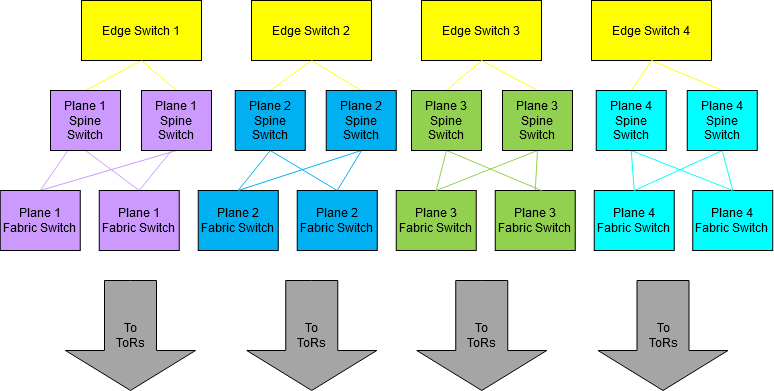
pantelis/cs652-1 keeps this draw.io diagram as google-facebook-dcn/images/Facebook_2d_abstract.png. Above is the earlier version. Source tidied: cells renumbered, new cells last; positions are measured from the earlier drawing's top-left corner, leaving out a move shared by most shapes.
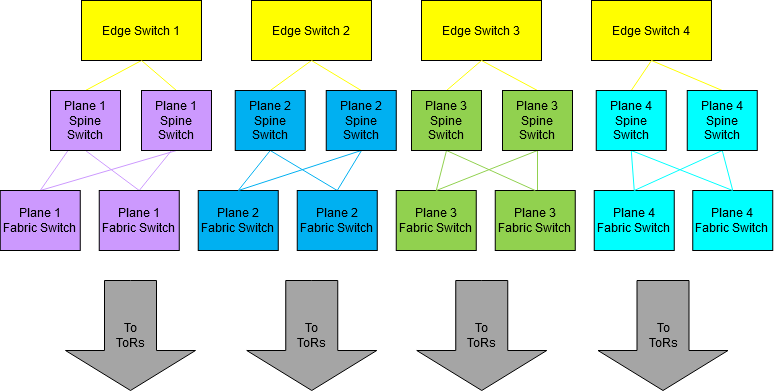
The same diagram one commit later.

Diff of the diagram source:
```diff
@@ -51,8 +51,10 @@
     <mxCell id="16" value="&lt;div&gt;Plane 3&lt;br&gt;&lt;/div&gt;&lt;div&gt;Fabric Switch&lt;br&gt;&lt;/div&gt;" style="rounded=0;whiteSpace=wrap;html=1;fillColor=#91D14F;" parent="1" vertex="1">
       <mxGeometry x="395.8" y="190" width="80" height="60" as="geometry" />
     </mxCell>
-    <mxCell id="17" style="edgeStyle=none;rounded=0;jettySize=auto;html=1;exitX=0.5;exitY=0;exitDx=0;exitDy=0;entryX=0.5;entryY=1;entryDx=0;entryDy=0;endArrow=none;endFill=0;strokeColor=#91D14F;" parent="1" edge="1" source="18" target="40">
-      <mxGeometry relative="1" as="geometry" />
+    <mxCell id="17" style="edgeStyle=none;rounded=0;jettySize=auto;html=1;entryX=0.5;entryY=1;entryDx=0;entryDy=0;endArrow=none;endFill=0;strokeColor=#91D14F;" parent="1" edge="1" target="40">
+      <mxGeometry relative="1" as="geometry">
+        <mxPoint x="537" y="190" as="sourcePoint" />
+      </mxGeometry>
     </mxCell>
     <mxCell id="18" value="&lt;div&gt;Plane 3&lt;br&gt;&lt;/div&gt;&lt;div&gt;Fabric Switch&lt;br&gt;&lt;/div&gt;" style="rounded=0;whiteSpace=wrap;html=1;fillColor=#91D14F;" parent="1" vertex="1">
       <mxGeometry x="494.8" y="190" width="80" height="60" as="geometry" />
@@ -112,10 +114,8 @@
     <mxCell id="35" style="edgeStyle=none;rounded=0;jettySize=auto;html=1;exitX=0.5;exitY=1;exitDx=0;exitDy=0;entryX=0.5;entryY=0;entryDx=0;entryDy=0;endArrow=none;endFill=0;strokeColor=#91D14F;" parent="1" edge="1" source="37" target="16">
       <mxGeometry relative="1" as="geometry" />
     </mxCell>
-    <mxCell id="36" style="edgeStyle=none;rounded=0;jettySize=auto;html=1;exitX=0.5;exitY=1;exitDx=0;exitDy=0;endArrow=none;endFill=0;strokeColor=#91D14F;" parent="1" edge="1" source="37">
-      <mxGeometry relative="1" as="geometry">
-        <mxPoint x="541" y="190" as="targetPoint" />
-      </mxGeometry>
+    <mxCell id="36" style="edgeStyle=none;rounded=0;jettySize=auto;html=1;exitX=0.5;exitY=1;exitDx=0;exitDy=0;endArrow=none;endFill=0;strokeColor=#91D14F;entryX=0.5;entryY=0;entryDx=0;entryDy=0;" parent="1" edge="1" source="37" target="18">
+      <mxGeometry relative="1" as="geometry" />
     </mxCell>
     <mxCell id="37" value="&lt;div&gt;Plane 3&lt;br&gt;&lt;/div&gt;&lt;div&gt;Spine Switch&lt;/div&gt;" style="rounded=0;whiteSpace=wrap;html=1;fillColor=#91D14F;" parent="1" vertex="1">
       <mxGeometry x="411" y="90" width="70" height="60" as="geometry" />
```
